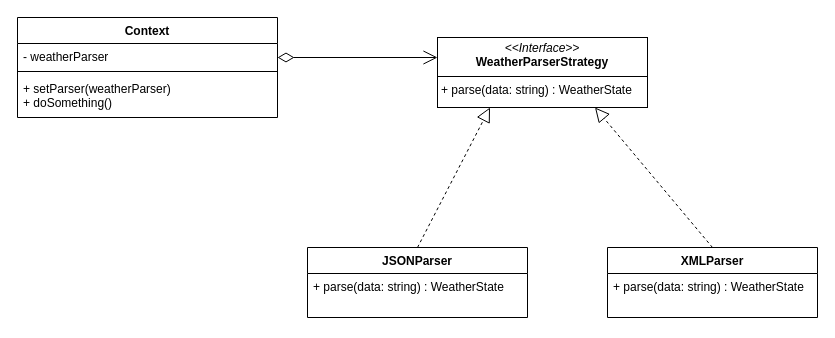
Earlier version of the draw.io diagram Design/StrategyStructure.drawio (MahmoudShouli/WeatherMontior). Source tidied: cells renumbered, new cells numbered last; positions are measured from the earlier drawing's top-left corner, leaving out a move shared by most shapes. Both pictures are drawn from the tidied source at 100%, with x=0, y=0 at pixel (17, 17).
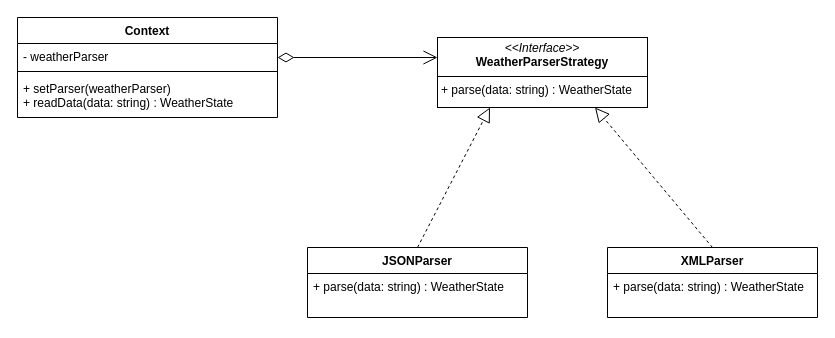
After the change.

Change to the diagram source:
```diff
@@
 <mxGraphModel>
   <root>
     <mxCell id="0" />
     <mxCell id="1" parent="0" />
     <mxCell id="2" value="Context" style="swimlane;fontStyle=1;align=center;verticalAlign=top;horizontal=1;startSize=26;whiteSpace=wrap;html=1;" parent="1" vertex="1">
       <mxGeometry width="260" height="100" as="geometry" />
     </mxCell>
     <mxCell id="3" value="- weatherParser" style="text;strokeColor=none;fillColor=none;align=left;verticalAlign=top;spacingLeft=4;spacingRight=4;overflow=hidden;whiteSpace=wrap;html=1;" parent="2" vertex="1">
       <mxGeometry y="26" width="260" height="24" as="geometry" />
     </mxCell>
     <mxCell id="4" style="line;strokeWidth=1;fillColor=none;align=left;verticalAlign=middle;spacingTop=-1;spacingLeft=3;spacingRight=3;labelPosition=right;strokeColor=inherit;" parent="2" vertex="1">
       <mxGeometry y="50" width="260" height="8" as="geometry" />
     </mxCell>
-    <mxCell id="5" value="+ setParser(weatherParser)&lt;div&gt;+ doSomething()&lt;/div&gt;&lt;div&gt;&lt;div&gt;&lt;br&gt;&lt;/div&gt;&lt;/div&gt;" style="text;strokeColor=none;fillColor=none;align=left;verticalAlign=top;spacingLeft=4;spacingRight=4;overflow=hidden;whiteSpace=wrap;html=1;" parent="2" vertex="1">
+    <mxCell id="5" value="+ setParser(weatherParser)&lt;div&gt;&lt;div style=&quot;forced-color-adjust: none; box-shadow: none !important;&quot;&gt;+ readData(data: string) : WeatherState&lt;/div&gt;&lt;div style=&quot;forced-color-adjust: none; box-shadow: none !important;&quot;&gt;&lt;div style=&quot;forced-color-adjust: none; box-shadow: none !important;&quot;&gt;&lt;br style=&quot;forced-color-adjust: none; color: rgb(255, 255, 255); background-color: rgb(27, 29, 30); box-shadow: none !important;&quot;&gt;&lt;/div&gt;&lt;/div&gt;&lt;/div&gt;" style="text;strokeColor=none;fillColor=none;align=left;verticalAlign=top;spacingLeft=4;spacingRight=4;overflow=hidden;whiteSpace=wrap;html=1;" parent="2" vertex="1">
       <mxGeometry y="58" width="260" height="42" as="geometry" />
     </mxCell>
     <mxCell id="6" value="&lt;p style=&quot;margin:0px;margin-top:4px;text-align:center;&quot;&gt;&lt;i&gt;&amp;lt;&amp;lt;Interface&amp;gt;&amp;gt;&lt;/i&gt;&lt;br&gt;&lt;b&gt;WeatherParserStrategy&lt;/b&gt;&lt;/p&gt;&lt;hr size=&quot;1&quot; style=&quot;border-style:solid;&quot;&gt;&lt;p style=&quot;margin:0px;margin-left:4px;&quot;&gt;+ parse(data: string) : WeatherState&lt;br&gt;&lt;br&gt;&lt;/p&gt;" style="verticalAlign=top;align=left;overflow=fill;html=1;whiteSpace=wrap;" parent="1" vertex="1">
       <mxGeometry x="420" y="20" width="210" height="70" as="geometry" />
     </mxCell>
     <mxCell id="7" style="endArrow=open;html=1;endSize=12;startArrow=diamondThin;startSize=14;startFill=0;edgeStyle=orthogonalEdgeStyle;align=left;verticalAlign=bottom;rounded=0;" parent="1" edge="1">
       <mxGeometry x="-1" y="3" relative="1" as="geometry">
         <mxPoint x="260" y="40" as="sourcePoint" />
         <mxPoint x="420" y="40" as="targetPoint" />
       </mxGeometry>
     </mxCell>
     <mxCell id="8" value="JSONParser" style="swimlane;fontStyle=1;align=center;verticalAlign=top;horizontal=1;startSize=26;whiteSpace=wrap;html=1;" parent="1" vertex="1">
       <mxGeometry x="290" y="230" width="220" height="70" as="geometry" />
     </mxCell>
     <mxCell id="9" value="&lt;div&gt;&lt;div&gt;+ parse(data: string) : WeatherState&lt;br&gt;&lt;/div&gt;&lt;/div&gt;" style="text;strokeColor=none;fillColor=none;align=left;verticalAlign=top;spacingLeft=4;spacingRight=4;overflow=hidden;whiteSpace=wrap;html=1;" parent="8" vertex="1">
       <mxGeometry y="26" width="220" height="44" as="geometry" />
     </mxCell>
     <mxCell id="10" value="XMLParser" style="swimlane;fontStyle=1;align=center;verticalAlign=top;horizontal=1;startSize=26;whiteSpace=wrap;html=1;" parent="1" vertex="1">
       <mxGeometry x="590" y="230" width="210" height="70" as="geometry" />
     </mxCell>
     <mxCell id="11" value="&lt;div&gt;&lt;div&gt;+ parse(data: string) : WeatherState&lt;br&gt;&lt;/div&gt;&lt;/div&gt;" style="text;strokeColor=none;fillColor=none;align=left;verticalAlign=top;spacingLeft=4;spacingRight=4;overflow=hidden;whiteSpace=wrap;html=1;" parent="10" vertex="1">
       <mxGeometry y="26" width="210" height="44" as="geometry" />
     </mxCell>
     <mxCell id="12" style="endArrow=block;dashed=1;endFill=0;endSize=12;html=1;rounded=0;entryX=0.25;entryY=1;entryDx=0;entryDy=0;exitX=0.5;exitY=0;exitDx=0;exitDy=0;" parent="1" edge="1" source="8" target="6">
       <mxGeometry relative="1" as="geometry" />
     </mxCell>
     <mxCell id="13" style="endArrow=block;dashed=1;endFill=0;endSize=12;html=1;rounded=0;entryX=0.75;entryY=1;entryDx=0;entryDy=0;exitX=0.5;exitY=0;exitDx=0;exitDy=0;" parent="1" edge="1" source="10" target="6">
       <mxGeometry relative="1" as="geometry" />
     </mxCell>
   </root>
 </mxGraphModel>
```
